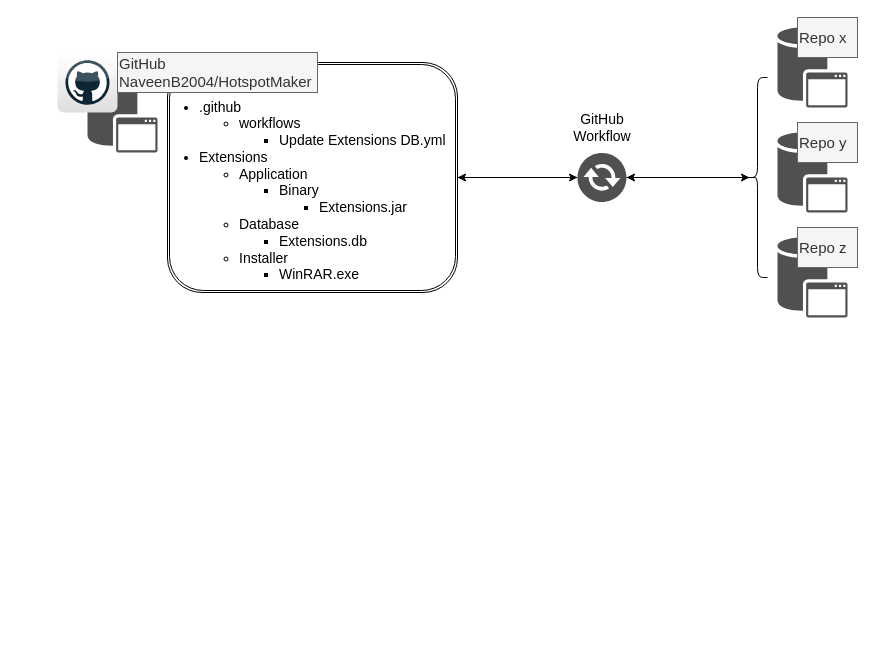
This is Extensions/Docs/Media/Extensions Lifecycle.drawio from NaveenB2004/HotspotMaker, a draw.io file, before an edit. Source tidied: cells renumbered, new cells numbered last; positions are measured from the earlier drawing's top-left corner, leaving out a move shared by most shapes. Both pictures are drawn from the tidied source at 100%, with x=0, y=0 at pixel (57, 17).
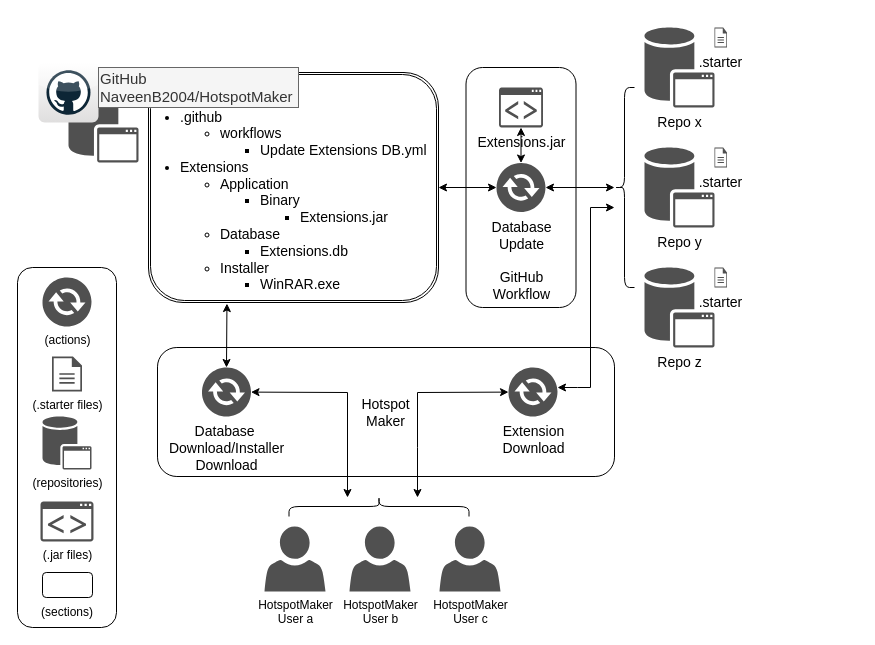
The same diagram, later.

Change to the diagram source:
```diff
@@
-    <mxCell id="2" style="edgeStyle=orthogonalEdgeStyle;rounded=0;jettySize=auto;html=1;exitX=1;exitY=0.5;exitDx=0;exitDy=0;" parent="1" edge="1" source="3" target="15">
-      <mxGeometry relative="1" as="geometry" />
-    </mxCell>
     <mxCell id="3" style="shape=ext;double=1;rounded=1;whiteSpace=wrap;html=1;fillColor=none;" parent="1" vertex="1">
-      <mxGeometry x="110" y="45" width="290" height="230" as="geometry" />
+      <mxGeometry x="91" y="55" width="290" height="230" as="geometry" />
     </mxCell>
     <mxCell id="4" style="sketch=0;shadow=0;dashed=0;html=1;strokeColor=none;fillColor=#505050;labelPosition=center;verticalLabelPosition=bottom;verticalAlign=top;align=center;shape=mxgraph.office.databases.application_store;" parent="1" vertex="1">
-      <mxGeometry x="30" y="55" width="70" height="80" as="geometry" />
+      <mxGeometry x="11" y="65" width="70" height="80" as="geometry" />
     </mxCell>
     <mxCell id="5" style="dashed=0;html=1;align=center;labelPosition=center;verticalLabelPosition=bottom;verticalAlign=top;shape=mxgraph.webicons.github;gradientColor=#DFDEDE;" parent="1" vertex="1">
-      <mxGeometry y="35" width="60" height="60" as="geometry" />
+      <mxGeometry x="-19" y="45" width="60" height="60" as="geometry" />
     </mxCell>
     <mxCell id="6" value="GitHub&lt;br style=&quot;font-size: 15px;&quot;&gt;NaveenB2004/HotspotMaker" style="text;html=1;align=left;verticalAlign=middle;whiteSpace=wrap;rounded=0;fillColor=#f5f5f5;strokeColor=#666666;fontColor=#333333;fontSize=15;" parent="1" vertex="1">
-      <mxGeometry x="60" y="35" width="200" height="40" as="geometry" />
+      <mxGeometry x="41" y="50" width="200" height="40" as="geometry" />
     </mxCell>
     <mxCell id="7" value="&lt;ul style=&quot;&quot;&gt;&lt;li style=&quot;font-size: 14px;&quot;&gt;.github&lt;/li&gt;&lt;ul style=&quot;&quot;&gt;&lt;li style=&quot;font-size: 14px;&quot;&gt;workflows&lt;/li&gt;&lt;ul style=&quot;&quot;&gt;&lt;li style=&quot;&quot;&gt;Update Extensions DB.yml&lt;br&gt;&lt;/li&gt;&lt;/ul&gt;&lt;/ul&gt;&lt;li style=&quot;font-size: 14px;&quot;&gt;Extensions&lt;/li&gt;&lt;ul style=&quot;font-size: 14px;&quot;&gt;&lt;li style=&quot;font-size: 14px;&quot;&gt;Application&lt;/li&gt;&lt;ul style=&quot;font-size: 14px;&quot;&gt;&lt;li style=&quot;font-size: 14px;&quot;&gt;Binary&lt;/li&gt;&lt;ul style=&quot;font-size: 14px;&quot;&gt;&lt;li style=&quot;font-size: 14px;&quot;&gt;Extensions.jar&lt;/li&gt;&lt;/ul&gt;&lt;/ul&gt;&lt;li style=&quot;font-size: 14px;&quot;&gt;Database&lt;/li&gt;&lt;ul style=&quot;font-size: 14px;&quot;&gt;&lt;li style=&quot;font-size: 14px;&quot;&gt;Extensions.db&lt;/li&gt;&lt;/ul&gt;&lt;li style=&quot;font-size: 14px;&quot;&gt;Installer&lt;/li&gt;&lt;ul style=&quot;font-size: 14px;&quot;&gt;&lt;li style=&quot;font-size: 14px;&quot;&gt;WinRAR.exe&lt;/li&gt;&lt;/ul&gt;&lt;/ul&gt;&lt;/ul&gt;" style="text;strokeColor=none;fillColor=none;html=1;whiteSpace=wrap;verticalAlign=middle;overflow=hidden;fontSize=14;" parent="1" vertex="1">
-      <mxGeometry x="100" y="65" width="290" height="210" as="geometry" />
+      <mxGeometry x="81" y="75" width="290" height="210" as="geometry" />
     </mxCell>
-    <mxCell id="8" style="sketch=0;shadow=0;dashed=0;html=1;strokeColor=none;fillColor=#505050;labelPosition=center;verticalLabelPosition=bottom;verticalAlign=top;align=center;shape=mxgraph.office.databases.application_store;" parent="1" vertex="1">
-      <mxGeometry x="720" y="10" width="70" height="80" as="geometry" />
-    </mxCell>
-    <mxCell id="9" style="sketch=0;shadow=0;dashed=0;html=1;strokeColor=none;fillColor=#505050;labelPosition=center;verticalLabelPosition=bottom;verticalAlign=top;align=center;shape=mxgraph.office.databases.application_store;" parent="1" vertex="1">
-      <mxGeometry x="720" y="115" width="70" height="80" as="geometry" />
-    </mxCell>
-    <mxCell id="10" style="sketch=0;shadow=0;dashed=0;html=1;strokeColor=none;fillColor=#505050;labelPosition=center;verticalLabelPosition=bottom;verticalAlign=top;align=center;shape=mxgraph.office.databases.application_store;" parent="1" vertex="1">
-      <mxGeometry x="720" y="220" width="70" height="80" as="geometry" />
+    <mxCell id="10" value="Repo z" style="sketch=0;shadow=0;dashed=0;html=1;strokeColor=none;fillColor=#505050;labelPosition=center;verticalLabelPosition=bottom;verticalAlign=top;align=center;shape=mxgraph.office.databases.application_store;fontSize=14;" parent="1" vertex="1">
+      <mxGeometry x="587" y="250" width="70" height="80" as="geometry" />
     </mxCell>
-    <mxCell id="11" style="edgeStyle=orthogonalEdgeStyle;rounded=0;jettySize=auto;html=1;exitX=0.1;exitY=0.5;exitDx=0;exitDy=0;exitPerimeter=0;" parent="1" edge="1" source="12" target="15">
-      <mxGeometry relative="1" as="geometry" />
-    </mxCell>
     <mxCell id="12" style="shape=curlyBracket;whiteSpace=wrap;html=1;rounded=1;labelPosition=left;verticalLabelPosition=middle;align=right;verticalAlign=middle;" parent="1" vertex="1">
-      <mxGeometry x="690" y="60" width="20" height="200" as="geometry" />
+      <mxGeometry x="557" y="70" width="20" height="200" as="geometry" />
     </mxCell>
-    <mxCell id="13" style="edgeStyle=orthogonalEdgeStyle;rounded=0;jettySize=auto;html=1;entryX=1;entryY=0.5;entryDx=0;entryDy=0;" parent="1" edge="1" source="15" target="3">
-      <mxGeometry relative="1" as="geometry" />
-    </mxCell>
+    <mxCell id="15" value="&lt;font style=&quot;font-size: 14px;&quot;&gt;Database&lt;br&gt;Update&lt;br&gt;&lt;br&gt;GitHub&lt;br&gt;Workflow&lt;/font&gt;" style="sketch=0;shadow=0;dashed=0;html=1;strokeColor=none;fillColor=#505050;labelPosition=center;verticalLabelPosition=bottom;verticalAlign=top;outlineConnect=0;align=center;shape=mxgraph.office.communications.exchange_active_sync;" parent="1" vertex="1">
+      <mxGeometry x="439" y="145.5" width="49" height="49" as="geometry" />
+    </mxCell>
+    <mxCell id="20" value="HotspotMaker&lt;br&gt;User a" style="sketch=0;shadow=0;dashed=0;html=1;strokeColor=none;fillColor=#505050;labelPosition=center;verticalLabelPosition=bottom;verticalAlign=top;align=center;shape=mxgraph.office.users.user;" parent="1" vertex="1">
+      <mxGeometry x="207" y="509" width="61" height="65" as="geometry" />
+    </mxCell>
+    <mxCell id="21" value="HotspotMaker&lt;br style=&quot;border-color: var(--border-color);&quot;&gt;User b" style="sketch=0;shadow=0;dashed=0;html=1;strokeColor=none;fillColor=#505050;labelPosition=center;verticalLabelPosition=bottom;verticalAlign=top;align=center;shape=mxgraph.office.users.user;" parent="1" vertex="1">
+      <mxGeometry x="292" y="509" width="61" height="65" as="geometry" />
+    </mxCell>
+    <mxCell id="22" value="HotspotMaker&lt;br style=&quot;border-color: var(--border-color);&quot;&gt;User c" style="sketch=0;shadow=0;dashed=0;html=1;strokeColor=none;fillColor=#505050;labelPosition=center;verticalLabelPosition=bottom;verticalAlign=top;align=center;shape=mxgraph.office.users.user;" parent="1" vertex="1">
+      <mxGeometry x="382" y="509" width="61" height="65" as="geometry" />
+    </mxCell>
+    <mxCell id="23" style="shape=curlyBracket;whiteSpace=wrap;html=1;rounded=1;labelPosition=left;verticalLabelPosition=middle;align=right;verticalAlign=middle;size=0.5;rotation=90;" parent="1" vertex="1">
+      <mxGeometry x="311.5" y="399" width="20" height="180" as="geometry" />
+    </mxCell>
+    <mxCell id="24" value="Extensions.jar" style="sketch=0;shadow=0;dashed=0;html=1;strokeColor=none;fillColor=#505050;labelPosition=center;verticalLabelPosition=bottom;verticalAlign=top;outlineConnect=0;align=center;shape=mxgraph.office.communications.ucwa_application;fontSize=14;" parent="1" vertex="1">
+      <mxGeometry x="441.5" y="70" width="44" height="40" as="geometry" />
+    </mxCell>
+    <mxCell id="25" value="&lt;font style=&quot;font-size: 14px;&quot;&gt;.starter&lt;/font&gt;" style="sketch=0;shadow=0;dashed=0;html=1;strokeColor=none;fillColor=#505050;labelPosition=center;verticalLabelPosition=bottom;verticalAlign=top;align=center;shape=mxgraph.office.concepts.document;" parent="1" vertex="1">
+      <mxGeometry x="657" y="250" width="12.5" height="20" as="geometry" />
+    </mxCell>
+    <mxCell id="18" value="Repo y" style="sketch=0;shadow=0;dashed=0;html=1;strokeColor=none;fillColor=#505050;labelPosition=center;verticalLabelPosition=bottom;verticalAlign=top;align=center;shape=mxgraph.office.databases.application_store;fontSize=14;" parent="1" vertex="1">
+      <mxGeometry x="587" y="130" width="70" height="80" as="geometry" />
+    </mxCell>
+    <mxCell id="26" value="&lt;font style=&quot;font-size: 14px;&quot;&gt;.starter&lt;/font&gt;" style="sketch=0;shadow=0;dashed=0;html=1;strokeColor=none;fillColor=#505050;labelPosition=center;verticalLabelPosition=bottom;verticalAlign=top;align=center;shape=mxgraph.office.concepts.document;" parent="1" vertex="1">
+      <mxGeometry x="657" y="130" width="12.5" height="20" as="geometry" />
+    </mxCell>
+    <mxCell id="17" value="Repo x" style="sketch=0;shadow=0;dashed=0;html=1;strokeColor=none;fillColor=#505050;labelPosition=center;verticalLabelPosition=bottom;verticalAlign=top;align=center;shape=mxgraph.office.databases.application_store;fontSize=14;" parent="1" vertex="1">
+      <mxGeometry x="587" y="10" width="70" height="80" as="geometry" />
+    </mxCell>
+    <mxCell id="27" value="&lt;font style=&quot;font-size: 14px;&quot;&gt;.starter&lt;/font&gt;" style="sketch=0;shadow=0;dashed=0;html=1;strokeColor=none;fillColor=#505050;labelPosition=center;verticalLabelPosition=bottom;verticalAlign=top;align=center;shape=mxgraph.office.concepts.document;" parent="1" vertex="1">
+      <mxGeometry x="657" y="10" width="12.5" height="20" as="geometry" />
+    </mxCell>
+    <mxCell id="28" value="&lt;font style=&quot;font-size: 14px;&quot;&gt;Database&amp;nbsp;&lt;br&gt;Download/Installer&lt;br&gt;Download&lt;/font&gt;" style="sketch=0;shadow=0;dashed=0;html=1;strokeColor=none;fillColor=#505050;labelPosition=center;verticalLabelPosition=bottom;verticalAlign=top;outlineConnect=0;align=center;shape=mxgraph.office.communications.exchange_active_sync;" parent="1" vertex="1">
+      <mxGeometry x="144.5" y="350" width="49" height="49" as="geometry" />
+    </mxCell>
+    <mxCell id="29" value="Extension&lt;br&gt;Download" style="sketch=0;shadow=0;dashed=0;html=1;strokeColor=none;fillColor=#505050;labelPosition=center;verticalLabelPosition=bottom;verticalAlign=top;outlineConnect=0;align=center;shape=mxgraph.office.communications.exchange_active_sync;fontSize=14;" parent="1" vertex="1">
+      <mxGeometry x="451" y="350" width="49" height="49" as="geometry" />
+    </mxCell>
+    <mxCell id="30" value="&lt;font style=&quot;font-size: 14px;&quot;&gt;Hotspot&lt;br&gt;Maker&lt;/font&gt;" style="rounded=1;whiteSpace=wrap;html=1;fillColor=none;" parent="1" vertex="1">
+      <mxGeometry x="100" y="330" width="457" height="129" as="geometry" />
+    </mxCell>
+    <mxCell id="31" style="endArrow=classic;startArrow=classic;html=1;rounded=0;" parent="1" edge="1" target="29">
+      <mxGeometry relative="1" as="geometry">
+        <mxPoint x="360" y="480" as="sourcePoint" />
+        <Array as="points">
+          <mxPoint x="360" y="430" />
+          <mxPoint x="360" y="375" />
+        </Array>
+      </mxGeometry>
+    </mxCell>
+    <mxCell id="32" style="endArrow=classic;startArrow=classic;html=1;rounded=0;" parent="1" edge="1" target="28">
+      <mxGeometry relative="1" as="geometry">
+        <mxPoint x="290" y="480" as="sourcePoint" />
+        <Array as="points">
+          <mxPoint x="290" y="375" />
+        </Array>
+      </mxGeometry>
+    </mxCell>
+    <mxCell id="33" style="endArrow=classic;startArrow=classic;html=1;rounded=0;entryX=0.305;entryY=1.005;entryDx=0;entryDy=0;entryPerimeter=0;" parent="1" edge="1" target="7">
+      <mxGeometry relative="1" as="geometry">
+        <mxPoint x="169" y="350" as="sourcePoint" />
+      </mxGeometry>
+    </mxCell>
+    <mxCell id="34" style="endArrow=classic;startArrow=classic;html=1;rounded=0;" parent="1" edge="1">
+      <mxGeometry relative="1" as="geometry">
+        <mxPoint x="500" y="370" as="sourcePoint" />
+        <mxPoint x="557" y="190" as="targetPoint" />
+        <Array as="points">
+          <mxPoint x="520" y="370" />
+          <mxPoint x="533" y="370" />
+          <mxPoint x="533" y="190" />
+        </Array>
+      </mxGeometry>
+    </mxCell>
+    <mxCell id="35" style="endArrow=classic;startArrow=classic;html=1;rounded=0;" parent="1" edge="1" source="15" target="24">
+      <mxGeometry relative="1" as="geometry" />
+    </mxCell>
+    <mxCell id="2" style="endArrow=classic;startArrow=classic;html=1;rounded=0;exitX=1;exitY=0.5;exitDx=0;exitDy=0;" parent="1" edge="1" source="3" target="15">
+      <mxGeometry relative="1" as="geometry" />
+    </mxCell>
-    <mxCell id="14" style="edgeStyle=orthogonalEdgeStyle;rounded=0;jettySize=auto;html=1;entryX=0.1;entryY=0.5;entryDx=0;entryDy=0;entryPerimeter=0;" parent="1" edge="1" source="15" target="12">
+    <mxCell id="14" style="endArrow=classic;startArrow=classic;html=1;rounded=0;" parent="1" edge="1" source="15" target="12">
       <mxGeometry relative="1" as="geometry" />
     </mxCell>
-    <mxCell id="15" style="sketch=0;shadow=0;dashed=0;html=1;strokeColor=none;fillColor=#505050;labelPosition=center;verticalLabelPosition=bottom;verticalAlign=top;outlineConnect=0;align=center;shape=mxgraph.office.communications.exchange_active_sync;" parent="1" vertex="1">
-      <mxGeometry x="520" y="135.5" width="49" height="49" as="geometry" />
-    </mxCell>
-    <mxCell id="16" value="GitHub Workflow" style="text;html=1;strokeColor=none;fillColor=none;align=center;verticalAlign=middle;whiteSpace=wrap;rounded=0;fontSize=14;" parent="1" vertex="1">
-      <mxGeometry x="514.5" y="95" width="60" height="30" as="geometry" />
-    </mxCell>
-    <mxCell id="17" value="Repo x" style="text;html=1;align=left;verticalAlign=middle;whiteSpace=wrap;rounded=0;fillColor=#f5f5f5;strokeColor=#666666;fontColor=#333333;fontSize=15;" parent="1" vertex="1">
-      <mxGeometry x="740" width="60" height="40" as="geometry" />
-    </mxCell>
-    <mxCell id="18" value="Repo y" style="text;html=1;align=left;verticalAlign=middle;whiteSpace=wrap;rounded=0;fillColor=#f5f5f5;strokeColor=#666666;fontColor=#333333;fontSize=15;" parent="1" vertex="1">
-      <mxGeometry x="740" y="105" width="60" height="40" as="geometry" />
-    </mxCell>
-    <mxCell id="19" value="Repo z" style="text;html=1;align=left;verticalAlign=middle;whiteSpace=wrap;rounded=0;fillColor=#f5f5f5;strokeColor=#666666;fontColor=#333333;fontSize=15;" parent="1" vertex="1">
-      <mxGeometry x="740" y="210" width="60" height="40" as="geometry" />
-    </mxCell>
+    <mxCell id="36" style="rounded=1;whiteSpace=wrap;html=1;fillColor=none;" parent="1" vertex="1">
+      <mxGeometry x="408.5" y="50" width="110" height="240" as="geometry" />
+    </mxCell>
+    <mxCell id="37" style="rounded=1;whiteSpace=wrap;html=1;fillColor=none;" parent="1" vertex="1">
+      <mxGeometry x="-40" y="250" width="99" height="360" as="geometry" />
+    </mxCell>
+    <mxCell id="38" value="&lt;font style=&quot;font-size: 12px;&quot;&gt;(actions)&lt;/font&gt;" style="sketch=0;shadow=0;dashed=0;html=1;strokeColor=none;fillColor=#505050;labelPosition=center;verticalLabelPosition=bottom;verticalAlign=top;align=center;shape=mxgraph.office.communications.exchange_active_sync;" parent="1" vertex="1">
+      <mxGeometry x="-15" y="260" width="49" height="49" as="geometry" />
+    </mxCell>
+    <mxCell id="39" value="(.starter files)" style="sketch=0;shadow=0;dashed=0;html=1;strokeColor=none;fillColor=#505050;labelPosition=center;verticalLabelPosition=bottom;verticalAlign=top;align=center;shape=mxgraph.office.concepts.document;" parent="1" vertex="1">
+      <mxGeometry x="-5.5" y="339" width="30" height="35" as="geometry" />
+    </mxCell>
+    <mxCell id="40" value="(repositories)" style="sketch=0;shadow=0;dashed=0;html=1;strokeColor=none;fillColor=#505050;labelPosition=center;verticalLabelPosition=bottom;verticalAlign=top;align=center;shape=mxgraph.office.databases.application_store;" parent="1" vertex="1">
+      <mxGeometry x="-15" y="399" width="49" height="53" as="geometry" />
+    </mxCell>
+    <mxCell id="41" value="(.jar files)" style="sketch=0;shadow=0;dashed=0;html=1;strokeColor=none;fillColor=#505050;labelPosition=center;verticalLabelPosition=bottom;verticalAlign=top;align=center;shape=mxgraph.office.communications.ucwa_application;" parent="1" vertex="1">
+      <mxGeometry x="-17" y="484" width="53" height="40" as="geometry" />
+    </mxCell>
+    <mxCell id="42" style="rounded=1;whiteSpace=wrap;html=1;fillColor=none;" parent="1" vertex="1">
+      <mxGeometry x="-15" y="555" width="50" height="25" as="geometry" />
+    </mxCell>
+    <mxCell id="43" value="(sections)" style="text;html=1;strokeColor=none;fillColor=none;align=center;verticalAlign=middle;whiteSpace=wrap;rounded=0;" parent="1" vertex="1">
+      <mxGeometry x="-20" y="580" width="60" height="30" as="geometry" />
+    </mxCell>
```
